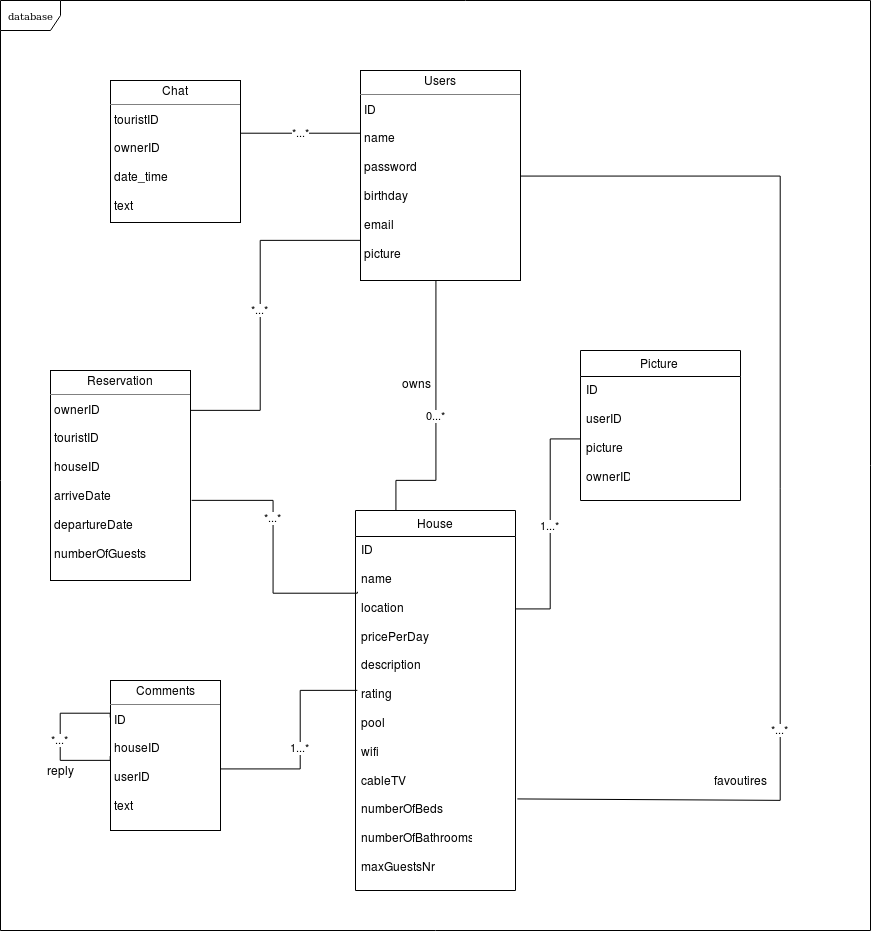
bgarrido7/feup-ltw keeps this draw.io diagram as Final Project/database/UMLs/database.png. Above is the earlier version. Source tidied: cells renumbered, new cells last; positions are measured from the earlier drawing's top-left corner, leaving out a move shared by most shapes.
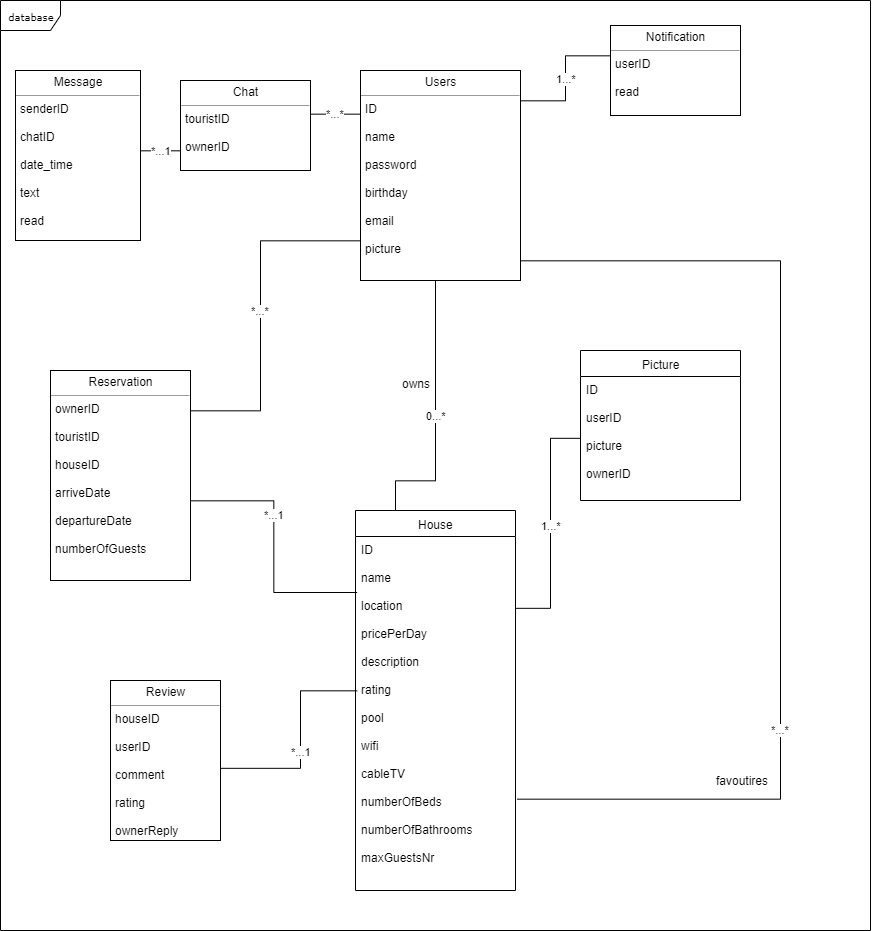
Later version of the same file.

The edit, as a diff of the source:
```diff
@@ -24,8 +24,8 @@
         <mxPoint x="660" y="938" as="sourcePoint" />
       </mxGeometry>
     </mxCell>
-    <mxCell id="7" value="&lt;p style=&quot;margin: 0px ; margin-top: 4px ; text-align: center&quot;&gt;Chat&lt;/p&gt;&lt;hr size=&quot;1&quot;&gt;&lt;p style=&quot;margin: 0px ; margin-left: 4px&quot;&gt;touristID&lt;/p&gt;&lt;p style=&quot;margin: 0px ; margin-left: 4px&quot;&gt;&lt;br&gt;&lt;/p&gt;&lt;p style=&quot;margin: 0px ; margin-left: 4px&quot;&gt;ownerID&lt;/p&gt;&lt;p style=&quot;margin: 0px ; margin-left: 4px&quot;&gt;&lt;br&gt;&lt;/p&gt;&lt;p style=&quot;margin: 0px ; margin-left: 4px&quot;&gt;date_time&lt;br&gt;&lt;/p&gt;&lt;p style=&quot;margin: 0px ; margin-left: 4px&quot;&gt;&lt;br&gt;&lt;/p&gt;&lt;p style=&quot;margin: 0px ; margin-left: 4px&quot;&gt;text&lt;/p&gt;&lt;p style=&quot;margin: 0px ; margin-left: 4px&quot;&gt;&lt;br&gt;&lt;/p&gt;&lt;p style=&quot;margin: 0px ; margin-left: 4px&quot;&gt;&lt;br&gt;&lt;/p&gt;&lt;hr size=&quot;1&quot;&gt;" style="verticalAlign=top;align=left;overflow=fill;fontSize=12;fontFamily=Helvetica;html=1;rounded=0;shadow=0;comic=0;labelBackgroundColor=none;strokeColor=#000000;strokeWidth=1;fillColor=#ffffff;" parent="1" vertex="1">
-      <mxGeometry x="110" y="80" width="130" height="142" as="geometry" />
+    <mxCell id="7" value="&lt;p style=&quot;margin: 0px ; margin-top: 4px ; text-align: center&quot;&gt;Chat&lt;/p&gt;&lt;hr size=&quot;1&quot;&gt;&lt;p style=&quot;margin: 0px ; margin-left: 4px&quot;&gt;touristID&lt;/p&gt;&lt;p style=&quot;margin: 0px ; margin-left: 4px&quot;&gt;&lt;br&gt;&lt;/p&gt;&lt;p style=&quot;margin: 0px ; margin-left: 4px&quot;&gt;ownerID&lt;/p&gt;&lt;p style=&quot;margin: 0px ; margin-left: 4px&quot;&gt;&lt;br&gt;&lt;/p&gt;&lt;hr size=&quot;1&quot;&gt;" style="verticalAlign=top;align=left;overflow=fill;fontSize=12;fontFamily=Helvetica;html=1;rounded=0;shadow=0;comic=0;labelBackgroundColor=none;strokeColor=#000000;strokeWidth=1;fillColor=#ffffff;" parent="1" vertex="1">
+      <mxGeometry x="180" y="80" width="130" height="90" as="geometry" />
     </mxCell>
     <mxCell id="8" value="*...*" style="edgeStyle=orthogonalEdgeStyle;rounded=0;jettySize=auto;html=1;entryX=1;entryY=0.373;entryDx=0;entryDy=0;entryPerimeter=0;endArrow=none;endFill=0;" parent="1" edge="1" source="9" target="7">
       <mxGeometry relative="1" as="geometry">
@@ -48,7 +48,7 @@
     <mxCell id="11" value="&lt;p style=&quot;margin: 0px ; margin-top: 4px ; text-align: center&quot;&gt;Reservation&lt;/p&gt;&lt;hr size=&quot;1&quot;&gt;&lt;p style=&quot;margin: 0px ; margin-left: 4px&quot;&gt;ownerID&lt;/p&gt;&lt;p style=&quot;margin: 0px ; margin-left: 4px&quot;&gt;&lt;br&gt;&lt;/p&gt;&lt;p style=&quot;margin: 0px ; margin-left: 4px&quot;&gt;touristID&lt;/p&gt;&lt;p style=&quot;margin: 0px ; margin-left: 4px&quot;&gt;&lt;br&gt;&lt;/p&gt;&lt;p style=&quot;margin: 0px ; margin-left: 4px&quot;&gt;houseID&lt;/p&gt;&lt;p style=&quot;margin: 0px ; margin-left: 4px&quot;&gt;&lt;br&gt;&lt;/p&gt;&lt;p style=&quot;margin: 0px ; margin-left: 4px&quot;&gt;arriveDate&lt;/p&gt;&lt;p style=&quot;margin: 0px ; margin-left: 4px&quot;&gt;&lt;br&gt;&lt;/p&gt;&lt;p style=&quot;margin: 0px ; margin-left: 4px&quot;&gt;departureDate&lt;/p&gt;&lt;p style=&quot;margin: 0px ; margin-left: 4px&quot;&gt;&lt;br&gt;&lt;/p&gt;&lt;p style=&quot;margin: 0px ; margin-left: 4px&quot;&gt;numberOfGuests&lt;br&gt;&lt;/p&gt;" style="verticalAlign=top;align=left;overflow=fill;fontSize=12;fontFamily=Helvetica;html=1;rounded=0;shadow=0;comic=0;labelBackgroundColor=none;strokeColor=#000000;strokeWidth=1;fillColor=#ffffff;" parent="1" vertex="1">
       <mxGeometry x="50" y="370" width="140" height="210" as="geometry" />
     </mxCell>
-    <mxCell id="12" value="&lt;div&gt;*...*&lt;br&gt;&lt;/div&gt;" style="edgeStyle=orthogonalEdgeStyle;rounded=0;jettySize=auto;html=1;endArrow=none;endFill=0;exitX=0.013;exitY=0.158;exitDx=0;exitDy=0;exitPerimeter=0;" parent="1" edge="1" source="5">
+    <mxCell id="12" value="&lt;div&gt;*...1&lt;br&gt;&lt;/div&gt;" style="edgeStyle=orthogonalEdgeStyle;rounded=0;jettySize=auto;html=1;endArrow=none;endFill=0;exitX=0.013;exitY=0.158;exitDx=0;exitDy=0;exitPerimeter=0;" parent="1" edge="1" source="5">
       <mxGeometry x="0.25" relative="1" as="geometry">
         <mxPoint x="191" y="500" as="targetPoint" />
         <Array as="points">
@@ -66,7 +66,7 @@
         </Array>
       </mxGeometry>
     </mxCell>
-    <mxCell id="14" value="1...*" style="edgeStyle=orthogonalEdgeStyle;rounded=0;jettySize=auto;html=1;endArrow=none;endFill=0;exitX=0.011;exitY=0.436;exitDx=0;exitDy=0;exitPerimeter=0;entryX=1;entryY=0.677;entryDx=0;entryDy=0;entryPerimeter=0;" parent="1" edge="1" source="5" target="17">
+    <mxCell id="14" value="*...1" style="edgeStyle=orthogonalEdgeStyle;rounded=0;jettySize=auto;html=1;endArrow=none;endFill=0;exitX=0.011;exitY=0.436;exitDx=0;exitDy=0;exitPerimeter=0;entryX=1;entryY=0.677;entryDx=0;entryDy=0;entryPerimeter=0;" parent="1" edge="1" source="5" target="17">
       <mxGeometry relative="1" as="geometry">
         <Array as="points">
           <mxPoint x="300" y="690" />
@@ -80,23 +80,15 @@
     <mxCell id="16" value="&lt;div&gt;ID&lt;/div&gt;&lt;div&gt;&lt;br&gt;&lt;/div&gt;&lt;div&gt;userID&lt;/div&gt;&lt;div&gt;&lt;br&gt;&lt;/div&gt;&lt;div&gt;picture&lt;/div&gt;&lt;div&gt;&lt;br&gt;&lt;/div&gt;&lt;div&gt;ownerID&lt;br&gt;&lt;/div&gt;" style="text;html=1;strokeColor=none;fillColor=none;align=left;verticalAlign=top;spacingLeft=4;spacingRight=4;whiteSpace=wrap;overflow=hidden;points=[[0,0.5],[1,0.5]];portConstraint=eastwest;" parent="15" vertex="1">
       <mxGeometry y="26" width="160" height="124" as="geometry" />
     </mxCell>
-    <mxCell id="17" value="&lt;p style=&quot;margin: 0px ; margin-top: 4px ; text-align: center&quot;&gt;Comments&lt;/p&gt;&lt;hr size=&quot;1&quot;&gt;&lt;p style=&quot;margin: 0px ; margin-left: 4px&quot;&gt;ID&lt;/p&gt;&lt;p style=&quot;margin: 0px ; margin-left: 4px&quot;&gt;&lt;br&gt;&lt;/p&gt;&lt;p style=&quot;margin: 0px ; margin-left: 4px&quot;&gt;houseID&lt;/p&gt;&lt;p style=&quot;margin: 0px ; margin-left: 4px&quot;&gt;&lt;br&gt;&lt;/p&gt;&lt;p style=&quot;margin: 0px ; margin-left: 4px&quot;&gt;userID&lt;/p&gt;&lt;p style=&quot;margin: 0px ; margin-left: 4px&quot;&gt;&lt;br&gt;&lt;/p&gt;&lt;p style=&quot;margin: 0px ; margin-left: 4px&quot;&gt;text&lt;/p&gt;" style="verticalAlign=top;align=left;overflow=fill;fontSize=12;fontFamily=Helvetica;html=1;rounded=0;shadow=0;comic=0;labelBackgroundColor=none;strokeColor=#000000;strokeWidth=1;fillColor=#ffffff;" parent="1" vertex="1">
-      <mxGeometry x="110" y="680" width="110" height="150" as="geometry" />
+    <mxCell id="17" value="&lt;p style=&quot;margin: 0px ; margin-top: 4px ; text-align: center&quot;&gt;Review&lt;/p&gt;&lt;hr size=&quot;1&quot;&gt;&lt;p style=&quot;margin: 0px ; margin-left: 4px&quot;&gt;&lt;span&gt;houseID&lt;/span&gt;&lt;br&gt;&lt;/p&gt;&lt;p style=&quot;margin: 0px ; margin-left: 4px&quot;&gt;&lt;br&gt;&lt;/p&gt;&lt;p style=&quot;margin: 0px ; margin-left: 4px&quot;&gt;userID&lt;/p&gt;&lt;p style=&quot;margin: 0px ; margin-left: 4px&quot;&gt;&lt;br&gt;&lt;/p&gt;&lt;p style=&quot;margin: 0px ; margin-left: 4px&quot;&gt;comment&lt;/p&gt;&lt;p style=&quot;margin: 0px ; margin-left: 4px&quot;&gt;&lt;br&gt;&lt;/p&gt;&lt;p style=&quot;margin: 0px ; margin-left: 4px&quot;&gt;rating&lt;/p&gt;&lt;p style=&quot;margin: 0px ; margin-left: 4px&quot;&gt;&lt;br&gt;&lt;/p&gt;&lt;p style=&quot;margin: 0px ; margin-left: 4px&quot;&gt;ownerReply&lt;/p&gt;" style="verticalAlign=top;align=left;overflow=fill;fontSize=12;fontFamily=Helvetica;html=1;rounded=0;shadow=0;comic=0;labelBackgroundColor=none;strokeColor=#000000;strokeWidth=1;fillColor=#ffffff;" parent="1" vertex="1">
+      <mxGeometry x="110" y="680" width="110" height="160" as="geometry" />
     </mxCell>
-    <mxCell id="18" value="*...*" style="edgeStyle=orthogonalEdgeStyle;rounded=0;orthogonalLoop=1;jettySize=auto;html=1;entryX=0;entryY=0.5;entryDx=0;entryDy=0;endArrow=none;endFill=0;exitX=0;exitY=0.25;exitDx=0;exitDy=0;" parent="1" edge="1" source="17" target="17">
-      <mxGeometry x="0.04" relative="1" as="geometry">
-        <Array as="points">
-          <mxPoint x="60" y="713" />
-          <mxPoint x="60" y="760" />
-          <mxPoint x="110" y="760" />
-        </Array>
-      </mxGeometry>
-    </mxCell>
     <mxCell id="19" value="*...*" style="edgeStyle=orthogonalEdgeStyle;rounded=0;jettySize=auto;html=1;entryX=1.013;entryY=0.743;entryDx=0;entryDy=0;exitX=1;exitY=0.5;exitDx=0;exitDy=0;endArrow=none;endFill=0;entryPerimeter=0;" parent="1" edge="1" source="9" target="5">
       <mxGeometry x="0.42" relative="1" as="geometry">
         <Array as="points">
-          <mxPoint x="780" y="175" />
-          <mxPoint x="780" y="800" />
+          <mxPoint x="520" y="260" />
+          <mxPoint x="780" y="260" />
+          <mxPoint x="780" y="799" />
         </Array>
       </mxGeometry>
     </mxCell>
@@ -106,8 +98,28 @@
     <mxCell id="21" value="owns" style="text;html=1;" parent="1" vertex="1">
       <mxGeometry x="400" y="370" width="50" height="30" as="geometry" />
     </mxCell>
-    <mxCell id="22" value="reply" style="text;html=1;strokeColor=none;fillColor=none;align=center;verticalAlign=middle;whiteSpace=wrap;rounded=0;" parent="1" vertex="1">
-      <mxGeometry x="40" y="760" width="40" height="20" as="geometry" />
-    </mxCell>
+    <mxCell id="23" value="&lt;p style=&quot;margin: 0px ; margin-top: 4px ; text-align: center&quot;&gt;Message&lt;/p&gt;&lt;hr size=&quot;1&quot;&gt;&lt;p style=&quot;margin: 0px ; margin-left: 4px&quot;&gt;senderID&lt;/p&gt;&lt;p style=&quot;margin: 0px ; margin-left: 4px&quot;&gt;&lt;br&gt;&lt;/p&gt;&lt;p style=&quot;margin: 0px ; margin-left: 4px&quot;&gt;chatID&lt;/p&gt;&lt;p style=&quot;margin: 0px ; margin-left: 4px&quot;&gt;&lt;br&gt;&lt;/p&gt;&lt;p style=&quot;margin: 0px ; margin-left: 4px&quot;&gt;&lt;span&gt;date_time&lt;/span&gt;&lt;br&gt;&lt;/p&gt;&lt;p style=&quot;margin: 0px ; margin-left: 4px&quot;&gt;&lt;br&gt;&lt;/p&gt;&lt;p style=&quot;margin: 0px ; margin-left: 4px&quot;&gt;text&lt;/p&gt;&lt;p style=&quot;margin: 0px ; margin-left: 4px&quot;&gt;&lt;br&gt;&lt;/p&gt;&lt;p style=&quot;margin: 0px ; margin-left: 4px&quot;&gt;read&lt;/p&gt;&lt;p style=&quot;margin: 0px ; margin-left: 4px&quot;&gt;&lt;br&gt;&lt;/p&gt;&lt;hr size=&quot;1&quot;&gt;" style="verticalAlign=top;align=left;overflow=fill;fontSize=12;fontFamily=Helvetica;html=1;rounded=0;shadow=0;comic=0;labelBackgroundColor=none;strokeColor=#000000;strokeWidth=1;fillColor=#ffffff;" parent="1" vertex="1">
+      <mxGeometry x="15" y="70" width="125" height="170" as="geometry" />
+    </mxCell>
+    <mxCell id="24" value="*...1" style="edgeStyle=orthogonalEdgeStyle;rounded=0;orthogonalLoop=1;jettySize=auto;html=1;endArrow=none;endFill=0;" parent="1" edge="1">
+      <mxGeometry relative="1" as="geometry">
+        <mxPoint x="180" y="149.9" as="sourcePoint" />
+        <mxPoint x="140" y="150" as="targetPoint" />
+        <Array as="points">
+          <mxPoint x="180" y="150" />
+        </Array>
+      </mxGeometry>
+    </mxCell>
+    <mxCell id="25" value="&lt;p style=&quot;margin: 0px ; margin-top: 4px ; text-align: center&quot;&gt;Notification&lt;/p&gt;&lt;hr size=&quot;1&quot;&gt;&lt;p style=&quot;margin: 0px ; margin-left: 4px&quot;&gt;userID&lt;/p&gt;&lt;p style=&quot;margin: 0px ; margin-left: 4px&quot;&gt;&lt;br&gt;&lt;/p&gt;&lt;p style=&quot;margin: 0px ; margin-left: 4px&quot;&gt;read&lt;/p&gt;&lt;p style=&quot;margin: 0px ; margin-left: 4px&quot;&gt;&lt;br&gt;&lt;/p&gt;&lt;hr size=&quot;1&quot;&gt;" style="verticalAlign=top;align=left;overflow=fill;fontSize=12;fontFamily=Helvetica;html=1;rounded=0;shadow=0;comic=0;labelBackgroundColor=none;strokeColor=#000000;strokeWidth=1;fillColor=#ffffff;" parent="1" vertex="1">
+      <mxGeometry x="610" y="25" width="130" height="90" as="geometry" />
+    </mxCell>
+    <mxCell id="26" value="1...*" style="edgeStyle=orthogonalEdgeStyle;rounded=0;jettySize=auto;html=1;endArrow=none;endFill=0;exitX=-0.004;exitY=0.334;exitDx=0;exitDy=0;exitPerimeter=0;" parent="1" edge="1" source="25" target="9">
+      <mxGeometry relative="1" as="geometry">
+        <Array as="points">
+          <mxPoint x="565" y="55" />
+          <mxPoint x="565" y="100" />
+        </Array>
+      </mxGeometry>
+    </mxCell>
   </root>
 </mxGraphModel>
```
